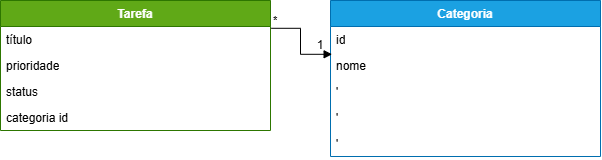
Above: docs/diagrama-classes.png in analcardoso-byte/todo-api-analaura (draw.io), before the change. Source tidied: cells renumbered, new cells last; positions are measured from the earlier drawing's top-left corner, leaving out a move shared by most shapes.
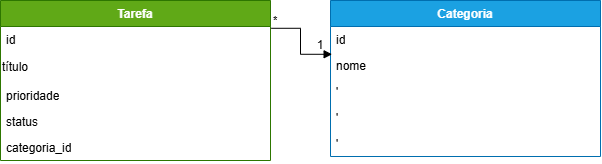
Later version of the same file.

Commit message:
docs: diagrama de classes

Diff of the diagram source:
```diff
@@ -3,19 +3,22 @@
     <mxCell id="0" />
     <mxCell id="1" parent="0" />
     <mxCell id="2" value="Tarefa" style="swimlane;fontStyle=1;align=center;verticalAlign=top;horizontal=1;startSize=26;whiteSpace=wrap;html=1;fillColor=#60a917;fontColor=#ffffff;strokeColor=#2D7600;" parent="1" vertex="1">
-      <mxGeometry width="270" height="130" as="geometry" />
+      <mxGeometry width="270" height="160" as="geometry" />
     </mxCell>
-    <mxCell id="3" value="título" style="text;strokeColor=none;fillColor=none;align=left;verticalAlign=top;spacingLeft=4;spacingRight=4;overflow=hidden;points=[[0,0.5],[1,0.5]];portConstraint=eastwest;whiteSpace=wrap;html=1;" parent="2" vertex="1">
+    <mxCell id="3" value="id&amp;nbsp;" style="text;strokeColor=none;fillColor=none;align=left;verticalAlign=top;spacingLeft=4;spacingRight=4;overflow=hidden;points=[[0,0.5],[1,0.5]];portConstraint=eastwest;whiteSpace=wrap;html=1;" parent="2" vertex="1">
       <mxGeometry y="26" width="270" height="26" as="geometry" />
     </mxCell>
+    <mxCell id="16" value="título" style="text;html=1;whiteSpace=wrap;strokeColor=none;fillColor=none;align=left;verticalAlign=middle;rounded=0;" parent="2" vertex="1">
+      <mxGeometry y="52" width="270" height="30" as="geometry" />
+    </mxCell>
     <mxCell id="4" value="prioridade" style="text;strokeColor=none;fillColor=none;align=left;verticalAlign=top;spacingLeft=4;spacingRight=4;overflow=hidden;whiteSpace=wrap;html=1;" parent="2" vertex="1">
-      <mxGeometry y="52" width="270" height="26" as="geometry" />
+      <mxGeometry y="82" width="270" height="26" as="geometry" />
     </mxCell>
     <mxCell id="5" value="status" style="text;strokeColor=none;fillColor=none;align=left;verticalAlign=top;spacingLeft=4;spacingRight=4;overflow=hidden;whiteSpace=wrap;html=1;" parent="2" vertex="1">
-      <mxGeometry y="78" width="270" height="26" as="geometry" />
+      <mxGeometry y="108" width="270" height="26" as="geometry" />
     </mxCell>
-    <mxCell id="6" value="categoria id" style="text;strokeColor=none;fillColor=none;align=left;verticalAlign=top;spacingLeft=4;spacingRight=4;overflow=hidden;whiteSpace=wrap;html=1;" parent="2" vertex="1">
-      <mxGeometry y="104" width="270" height="26" as="geometry" />
+    <mxCell id="6" value="categoria_id" style="text;strokeColor=none;fillColor=none;align=left;verticalAlign=top;spacingLeft=4;spacingRight=4;overflow=hidden;whiteSpace=wrap;html=1;" parent="2" vertex="1">
+      <mxGeometry y="134" width="270" height="26" as="geometry" />
     </mxCell>
     <mxCell id="7" value="Categoria" style="swimlane;fontStyle=1;align=center;verticalAlign=top;horizontal=1;startSize=26;whiteSpace=wrap;html=1;fillColor=#1ba1e2;fontColor=#ffffff;strokeColor=#006EAF;" parent="1" vertex="1">
       <mxGeometry x="330" width="270" height="156" as="geometry" />
```
